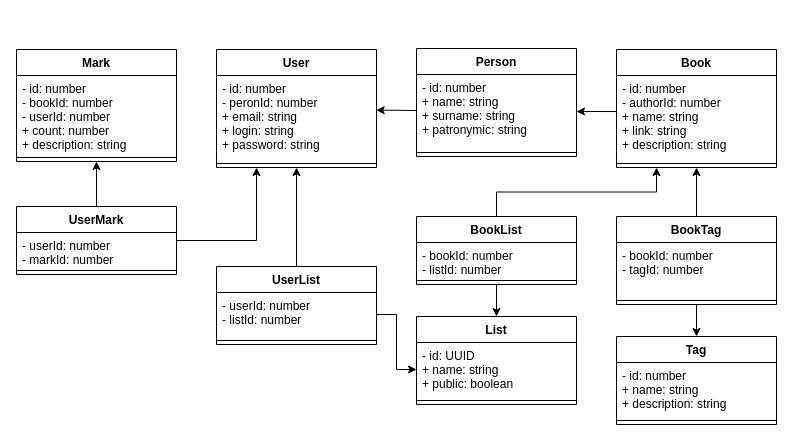
Above: classes.drawio in EugeneMalin/bookme (draw.io), before the change. Source tidied: cells renumbered, new cells numbered last; positions are measured from the earlier drawing's top-left corner, leaving out a move shared by most shapes. Both pictures are drawn from the tidied source at 100%, with x=0, y=0 at pixel (16, 48).
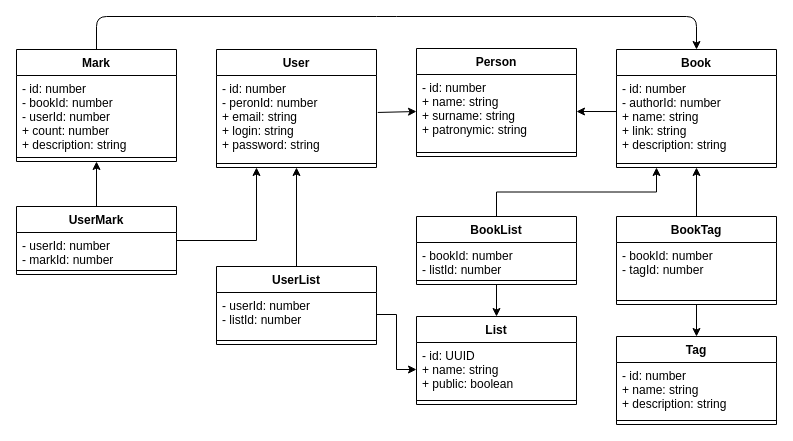
After the change.

Commit message:
Correct scheme of relations

The change refers to these unchanged cells:
```xml
<mxCell id="3" value="- id: number&#10;- peronId: number&#10;+ email: string&#10;+ login: string&#10;+ password: string" style="text;strokeColor=none;fillColor=none;align=left;verticalAlign=top;spacingLeft=4;spacingRight=4;overflow=hidden;points=[[0,0.5],[1,0.5]];portConstraint=eastwest;" parent="2" vertex="1">
  <mxGeometry y="26" width="160" height="84" as="geometry" />
</mxCell>
<mxCell id="5" value="Book" style="swimlane;fontStyle=1;align=center;verticalAlign=top;horizontal=1;startSize=26;" parent="1" vertex="1">
  <mxGeometry x="600" y="1" width="160" height="118" as="geometry" />
</mxCell>
<mxCell id="8" value="Mark" style="swimlane;fontStyle=1;align=center;verticalAlign=top;horizontal=1;startSize=26;" parent="1" vertex="1">
  <mxGeometry y="1" width="160" height="112" as="geometry" />
</mxCell>
<mxCell id="30" value="- id: number&#10;+ name: string&#10;+ surname: string&#10;+ patronymic: string&#10;" style="text;strokeColor=none;fillColor=none;align=left;verticalAlign=top;spacingLeft=4;spacingRight=4;overflow=hidden;points=[[0,0.5],[1,0.5]];portConstraint=eastwest;" parent="29" vertex="1">
  <mxGeometry y="26" width="160" height="74" as="geometry" />
</mxCell>
```

Change to the diagram source:
```diff
@@
-    <mxCell id="32" style="endArrow=classic;html=1;entryX=0.998;entryY=0.412;entryDx=0;entryDy=0;entryPerimeter=0;" parent="1" edge="1" target="3">
-      <mxGeometry relative="1" as="geometry">
-        <mxPoint x="400" y="62" as="sourcePoint" />
-      </mxGeometry>
+    <mxCell id="32" style="endArrow=classic;html=1;exitX=1.008;exitY=0.44;exitDx=0;exitDy=0;exitPerimeter=0;entryX=0;entryY=0.5;entryDx=0;entryDy=0;" parent="1" edge="1" source="3" target="30">
+      <mxGeometry relative="1" as="geometry" />
     </mxCell>
@@
+    <mxCell id="42" style="endArrow=classic;html=1;exitX=0.5;exitY=0;exitDx=0;exitDy=0;entryX=0.5;entryY=0;entryDx=0;entryDy=0;" parent="1" edge="1" source="8" target="5">
+      <mxGeometry relative="1" as="geometry">
+        <Array as="points">
+          <mxPoint x="80" y="-32" />
+          <mxPoint x="370" y="-32" />
+          <mxPoint x="680" y="-32" />
+        </Array>
+      </mxGeometry>
+    </mxCell>
```
